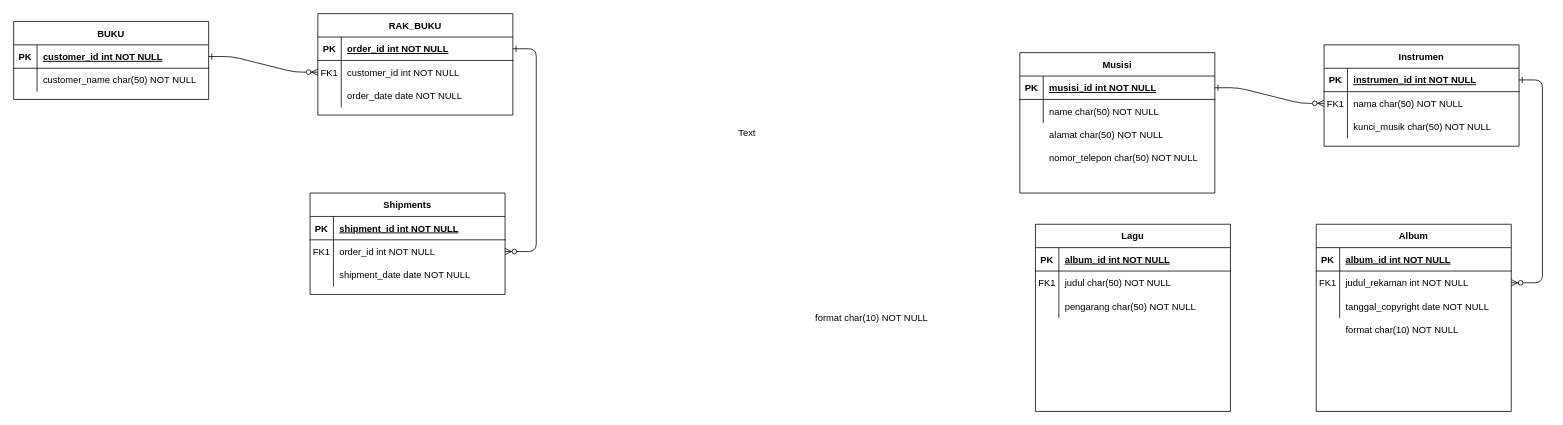
Before: Untitled Diagram.drawio in josephgreffenkomala/Basis-Data, a draw.io diagram. Source tidied: cells renumbered, new cells numbered last; positions are measured from the earlier drawing's top-left corner, leaving out a move shared by most shapes. Both pictures are drawn from the tidied source at 78%, with x=0, y=0 at pixel (13, 13).
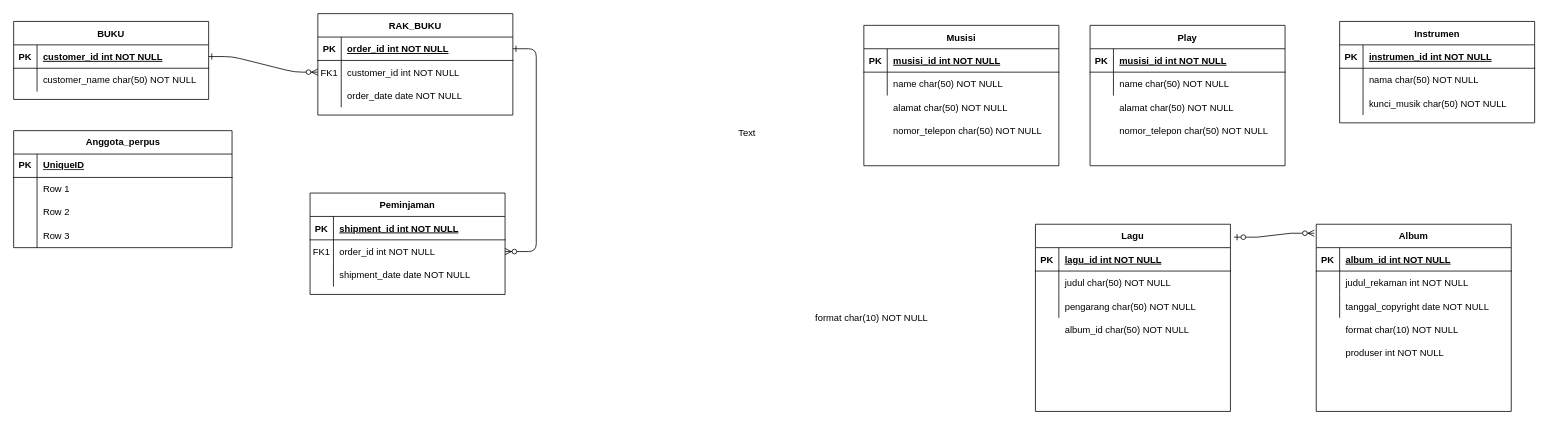
The same page after the edit.

Commit message:
table task1

The change refers to these unchanged cells:
```xml
<mxCell id="35" style="shape=partialRectangle;fillColor=none;points=[[0,0.5],[1,0.5]];portConstraint=eastwest;top=0;left=0;right=0;bottom=1;" parent="34" vertex="1">
  <mxGeometry y="30" width="250" height="30" as="geometry" />
</mxCell>
<mxCell id="38" style="shape=partialRectangle;fillColor=none;points=[[0,0.5],[1,0.5]];portConstraint=eastwest;top=0;left=0;right=0;bottom=0;" parent="34" vertex="1">
  <mxGeometry y="60" width="250" height="30" as="geometry" />
</mxCell>
<mxCell id="44" value="Album" style="shape=table;startSize=30;childLayout=tableLayout;rowLines=0;fontStyle=1;align=center;" parent="1" vertex="1">
  <mxGeometry x="1670" y="270" width="250" height="240" as="geometry" />
</mxCell>
<mxCell id="48" style="shape=partialRectangle;fillColor=none;points=[[0,0.5],[1,0.5]];portConstraint=eastwest;top=0;left=0;right=0;bottom=0;" parent="44" vertex="1">
  <mxGeometry y="60" width="250" height="30" as="geometry" />
</mxCell>
<mxCell id="55" style="shape=partialRectangle;fillColor=none;points=[[0,0.5],[1,0.5]];portConstraint=eastwest;top=0;left=0;right=0;bottom=1;" parent="54" vertex="1">
  <mxGeometry y="30" width="250" height="30" as="geometry" />
</mxCell>
<mxCell id="64" value="Lagu" style="shape=table;startSize=30;childLayout=tableLayout;rowLines=0;fontStyle=1;align=center;" parent="1" vertex="1">
  <mxGeometry x="1310" y="270" width="250" height="240" as="geometry" />
</mxCell>
<mxCell id="65" style="shape=partialRectangle;fillColor=none;top=0;left=0;right=0;bottom=1;" parent="64" vertex="1">
  <mxGeometry y="30" width="250" height="30" as="geometry" />
</mxCell>
<mxCell id="68" style="shape=partialRectangle;fillColor=none;top=0;left=0;right=0;bottom=0;" parent="64" vertex="1">
  <mxGeometry y="60" width="250" height="30" as="geometry" />
</mxCell>
```

What changed in the source:
```diff
@@
-    <mxCell id="14" value="Shipments" style="shape=table;startSize=30;childLayout=tableLayout;rowLines=0;fontStyle=1;align=center;" parent="1" vertex="1">
+    <mxCell id="14" value="Peminjaman" style="shape=table;startSize=30;childLayout=tableLayout;rowLines=0;fontStyle=1;align=center;" parent="1" vertex="1">
       <mxGeometry x="380" y="230" width="250" height="130" as="geometry" />
     </mxCell>
@@
-    <mxCell id="32" style="edgeStyle=entityRelationEdgeStyle;endArrow=ERzeroToMany;startArrow=ERone;endFill=1;startFill=0;" parent="1" edge="1" source="55" target="38">
-      <mxGeometry relative="1" as="geometry" />
-    </mxCell>
-    <mxCell id="33" style="edgeStyle=entityRelationEdgeStyle;endArrow=ERzeroToMany;startArrow=ERone;endFill=1;startFill=0;" parent="1" edge="1" source="35" target="48">
-      <mxGeometry relative="1" as="geometry" />
-    </mxCell>
     <mxCell id="34" value="Instrumen" style="shape=table;startSize=30;childLayout=tableLayout;rowLines=0;fontStyle=1;align=center;" parent="1" vertex="1">
-      <mxGeometry x="1680" y="40" width="250" height="130" as="geometry" />
+      <mxGeometry x="1700" y="10" width="250" height="130" as="geometry" />
     </mxCell>
@@
-    <mxCell id="39" value="FK1" style="shape=partialRectangle;overflow=hidden;fillColor=none;top=0;left=0;bottom=0;right=0;" parent="38" vertex="1">
+    <mxCell id="39" style="shape=partialRectangle;overflow=hidden;fillColor=none;top=0;left=0;bottom=0;right=0;" parent="38" vertex="1">
       <mxGeometry width="30" height="30" as="geometry" />
     </mxCell>
@@
-    <mxCell id="49" value="FK1" style="shape=partialRectangle;overflow=hidden;fillColor=none;top=0;left=0;bottom=0;right=0;" parent="48" vertex="1">
+    <mxCell id="49" style="shape=partialRectangle;overflow=hidden;fillColor=none;top=0;left=0;bottom=0;right=0;" parent="48" vertex="1">
       <mxGeometry width="30" height="30" as="geometry" />
     </mxCell>
@@
     <mxCell id="54" value="Musisi" style="shape=table;startSize=30;childLayout=tableLayout;rowLines=0;fontStyle=1;align=center;" parent="1" vertex="1">
-      <mxGeometry x="1290" y="50" width="250" height="180" as="geometry" />
+      <mxGeometry x="1090" y="15" width="250" height="180" as="geometry" />
     </mxCell>
@@
     <mxCell id="61" value="alamat char(50) NOT NULL" style="shape=partialRectangle;overflow=hidden;fillColor=none;top=0;left=0;bottom=0;right=0;align=left;spacingLeft=6;" parent="1" vertex="1">
-      <mxGeometry x="1320" y="140" width="220" height="30" as="geometry" />
+      <mxGeometry x="1120" y="105" width="220" height="30" as="geometry" />
     </mxCell>
     <mxCell id="62" value="nomor_telepon char(50) NOT NULL" style="shape=partialRectangle;overflow=hidden;fillColor=none;top=0;left=0;bottom=0;right=0;align=left;spacingLeft=6;" parent="1" vertex="1">
-      <mxGeometry x="1320" y="170" width="220" height="30" as="geometry" />
+      <mxGeometry x="1120" y="135" width="220" height="30" as="geometry" />
     </mxCell>
@@
-    <mxCell id="67" value="album_id int NOT NULL " style="shape=partialRectangle;overflow=hidden;fillColor=none;top=0;left=0;bottom=0;right=0;align=left;spacingLeft=6;fontStyle=5;" parent="65" vertex="1">
+    <mxCell id="67" value="lagu_id int NOT NULL " style="shape=partialRectangle;overflow=hidden;fillColor=none;top=0;left=0;bottom=0;right=0;align=left;spacingLeft=6;fontStyle=5;" parent="65" vertex="1">
       <mxGeometry x="30" width="220" height="30" as="geometry" />
     </mxCell>
@@
-    <mxCell id="69" value="FK1" style="shape=partialRectangle;overflow=hidden;fillColor=none;top=0;left=0;bottom=0;right=0;" parent="68" vertex="1">
+    <mxCell id="69" style="shape=partialRectangle;overflow=hidden;fillColor=none;top=0;left=0;bottom=0;right=0;" parent="68" vertex="1">
       <mxGeometry width="30" height="30" as="geometry" />
     </mxCell>
@@
+    <mxCell id="75" value="Play" style="shape=table;startSize=30;childLayout=tableLayout;rowLines=0;fontStyle=1;align=center;" parent="1" vertex="1">
+      <mxGeometry x="1380" y="15" width="250" height="180" as="geometry" />
+    </mxCell>
+    <mxCell id="76" style="shape=partialRectangle;fillColor=none;top=0;left=0;right=0;bottom=1;" parent="75" vertex="1">
+      <mxGeometry y="30" width="250" height="30" as="geometry" />
+    </mxCell>
+    <mxCell id="77" value="PK" style="shape=partialRectangle;overflow=hidden;fillColor=none;top=0;left=0;bottom=0;right=0;fontStyle=1;" parent="76" vertex="1">
+      <mxGeometry width="30" height="30" as="geometry" />
+    </mxCell>
+    <mxCell id="78" value="musisi_id int NOT NULL " style="shape=partialRectangle;overflow=hidden;fillColor=none;top=0;left=0;bottom=0;right=0;align=left;spacingLeft=6;fontStyle=5;" parent="76" vertex="1">
+      <mxGeometry x="30" width="220" height="30" as="geometry" />
+    </mxCell>
+    <mxCell id="79" style="shape=partialRectangle;fillColor=none;top=0;left=0;right=0;bottom=0;" parent="75" vertex="1">
+      <mxGeometry y="60" width="250" height="30" as="geometry" />
+    </mxCell>
+    <mxCell id="80" style="shape=partialRectangle;overflow=hidden;fillColor=none;top=0;left=0;bottom=0;right=0;" parent="79" vertex="1">
+      <mxGeometry width="30" height="30" as="geometry" />
+    </mxCell>
+    <mxCell id="81" value="name char(50) NOT NULL" style="shape=partialRectangle;overflow=hidden;fillColor=none;top=0;left=0;bottom=0;right=0;align=left;spacingLeft=6;" parent="79" vertex="1">
+      <mxGeometry x="30" width="220" height="30" as="geometry" />
+    </mxCell>
+    <mxCell id="82" value="alamat char(50) NOT NULL" style="shape=partialRectangle;overflow=hidden;fillColor=none;top=0;left=0;bottom=0;right=0;align=left;spacingLeft=6;" parent="1" vertex="1">
+      <mxGeometry x="1410" y="105" width="220" height="30" as="geometry" />
+    </mxCell>
+    <mxCell id="83" value="nomor_telepon char(50) NOT NULL" style="shape=partialRectangle;overflow=hidden;fillColor=none;top=0;left=0;bottom=0;right=0;align=left;spacingLeft=6;" parent="1" vertex="1">
+      <mxGeometry x="1410" y="135" width="220" height="30" as="geometry" />
+    </mxCell>
+    <mxCell id="84" value="album_id char(50) NOT NULL" style="shape=partialRectangle;overflow=hidden;fillColor=none;top=0;left=0;bottom=0;right=0;align=left;spacingLeft=6;" parent="1" vertex="1">
+      <mxGeometry x="1340" y="390" width="220" height="30" as="geometry" />
+    </mxCell>
+    <mxCell id="85" style="edgeStyle=entityRelationEdgeStyle;fontSize=12;html=1;endArrow=ERzeroToMany;startArrow=ERzeroToOne;rounded=0;entryX=-0.01;entryY=0.048;entryDx=0;entryDy=0;entryPerimeter=0;exitX=1.018;exitY=0.069;exitDx=0;exitDy=0;exitPerimeter=0;" parent="1" edge="1" source="64" target="44">
+      <mxGeometry relative="1" as="geometry" />
+    </mxCell>
+    <mxCell id="86" value="produser int NOT NULL" style="shape=partialRectangle;overflow=hidden;fillColor=none;top=0;left=0;bottom=0;right=0;align=left;spacingLeft=6;" parent="1" vertex="1">
+      <mxGeometry x="1700" y="420" width="220" height="30" as="geometry" />
+    </mxCell>
+    <mxCell id="87" value="Anggota_perpus" style="shape=table;startSize=30;childLayout=tableLayout;rowLines=0;fontStyle=1;align=center;html=1;" parent="1" vertex="1">
+      <mxGeometry y="150" width="280" height="150" as="geometry" />
+    </mxCell>
+    <mxCell id="88" style="shape=tableRow;horizontal=0;startSize=0;swimlaneHead=0;swimlaneBody=0;fillColor=none;top=0;left=0;right=0;bottom=1;" parent="87" vertex="1">
+      <mxGeometry y="30" width="280" height="30" as="geometry" />
+    </mxCell>
+    <mxCell id="89" value="PK" style="shape=partialRectangle;fillColor=none;top=0;left=0;bottom=0;right=0;fontStyle=1;overflow=hidden;whiteSpace=wrap;html=1;" parent="88" vertex="1">
+      <mxGeometry width="30" height="30" as="geometry" />
+    </mxCell>
+    <mxCell id="90" value="UniqueID" style="shape=partialRectangle;fillColor=none;top=0;left=0;bottom=0;right=0;align=left;spacingLeft=6;fontStyle=5;overflow=hidden;whiteSpace=wrap;html=1;" parent="88" vertex="1">
+      <mxGeometry x="30" width="250" height="30" as="geometry" />
+    </mxCell>
+    <mxCell id="91" style="shape=tableRow;horizontal=0;startSize=0;swimlaneHead=0;swimlaneBody=0;fillColor=none;top=0;left=0;right=0;bottom=0;" parent="87" vertex="1">
+      <mxGeometry y="60" width="280" height="30" as="geometry" />
+    </mxCell>
+    <mxCell id="92" style="shape=partialRectangle;fillColor=none;top=0;left=0;bottom=0;right=0;overflow=hidden;whiteSpace=wrap;html=1;" parent="91" vertex="1">
+      <mxGeometry width="30" height="30" as="geometry" />
+    </mxCell>
+    <mxCell id="93" value="Row 1" style="shape=partialRectangle;fillColor=none;top=0;left=0;bottom=0;right=0;align=left;spacingLeft=6;overflow=hidden;whiteSpace=wrap;html=1;" parent="91" vertex="1">
+      <mxGeometry x="30" width="250" height="30" as="geometry" />
+    </mxCell>
+    <mxCell id="94" style="shape=tableRow;horizontal=0;startSize=0;swimlaneHead=0;swimlaneBody=0;fillColor=none;top=0;left=0;right=0;bottom=0;" parent="87" vertex="1">
+      <mxGeometry y="90" width="280" height="30" as="geometry" />
+    </mxCell>
+    <mxCell id="95" style="shape=partialRectangle;fillColor=none;top=0;left=0;bottom=0;right=0;overflow=hidden;whiteSpace=wrap;html=1;" parent="94" vertex="1">
+      <mxGeometry width="30" height="30" as="geometry" />
+    </mxCell>
+    <mxCell id="96" value="Row 2" style="shape=partialRectangle;fillColor=none;top=0;left=0;bottom=0;right=0;align=left;spacingLeft=6;overflow=hidden;whiteSpace=wrap;html=1;" parent="94" vertex="1">
+      <mxGeometry x="30" width="250" height="30" as="geometry" />
+    </mxCell>
+    <mxCell id="97" style="shape=tableRow;horizontal=0;startSize=0;swimlaneHead=0;swimlaneBody=0;fillColor=none;top=0;left=0;right=0;bottom=0;" parent="87" vertex="1">
+      <mxGeometry y="120" width="280" height="30" as="geometry" />
+    </mxCell>
+    <mxCell id="98" style="shape=partialRectangle;fillColor=none;top=0;left=0;bottom=0;right=0;overflow=hidden;whiteSpace=wrap;html=1;" parent="97" vertex="1">
+      <mxGeometry width="30" height="30" as="geometry" />
+    </mxCell>
+    <mxCell id="99" value="Row 3" style="shape=partialRectangle;fillColor=none;top=0;left=0;bottom=0;right=0;align=left;spacingLeft=6;overflow=hidden;whiteSpace=wrap;html=1;" parent="97" vertex="1">
+      <mxGeometry x="30" width="250" height="30" as="geometry" />
+    </mxCell>
```
